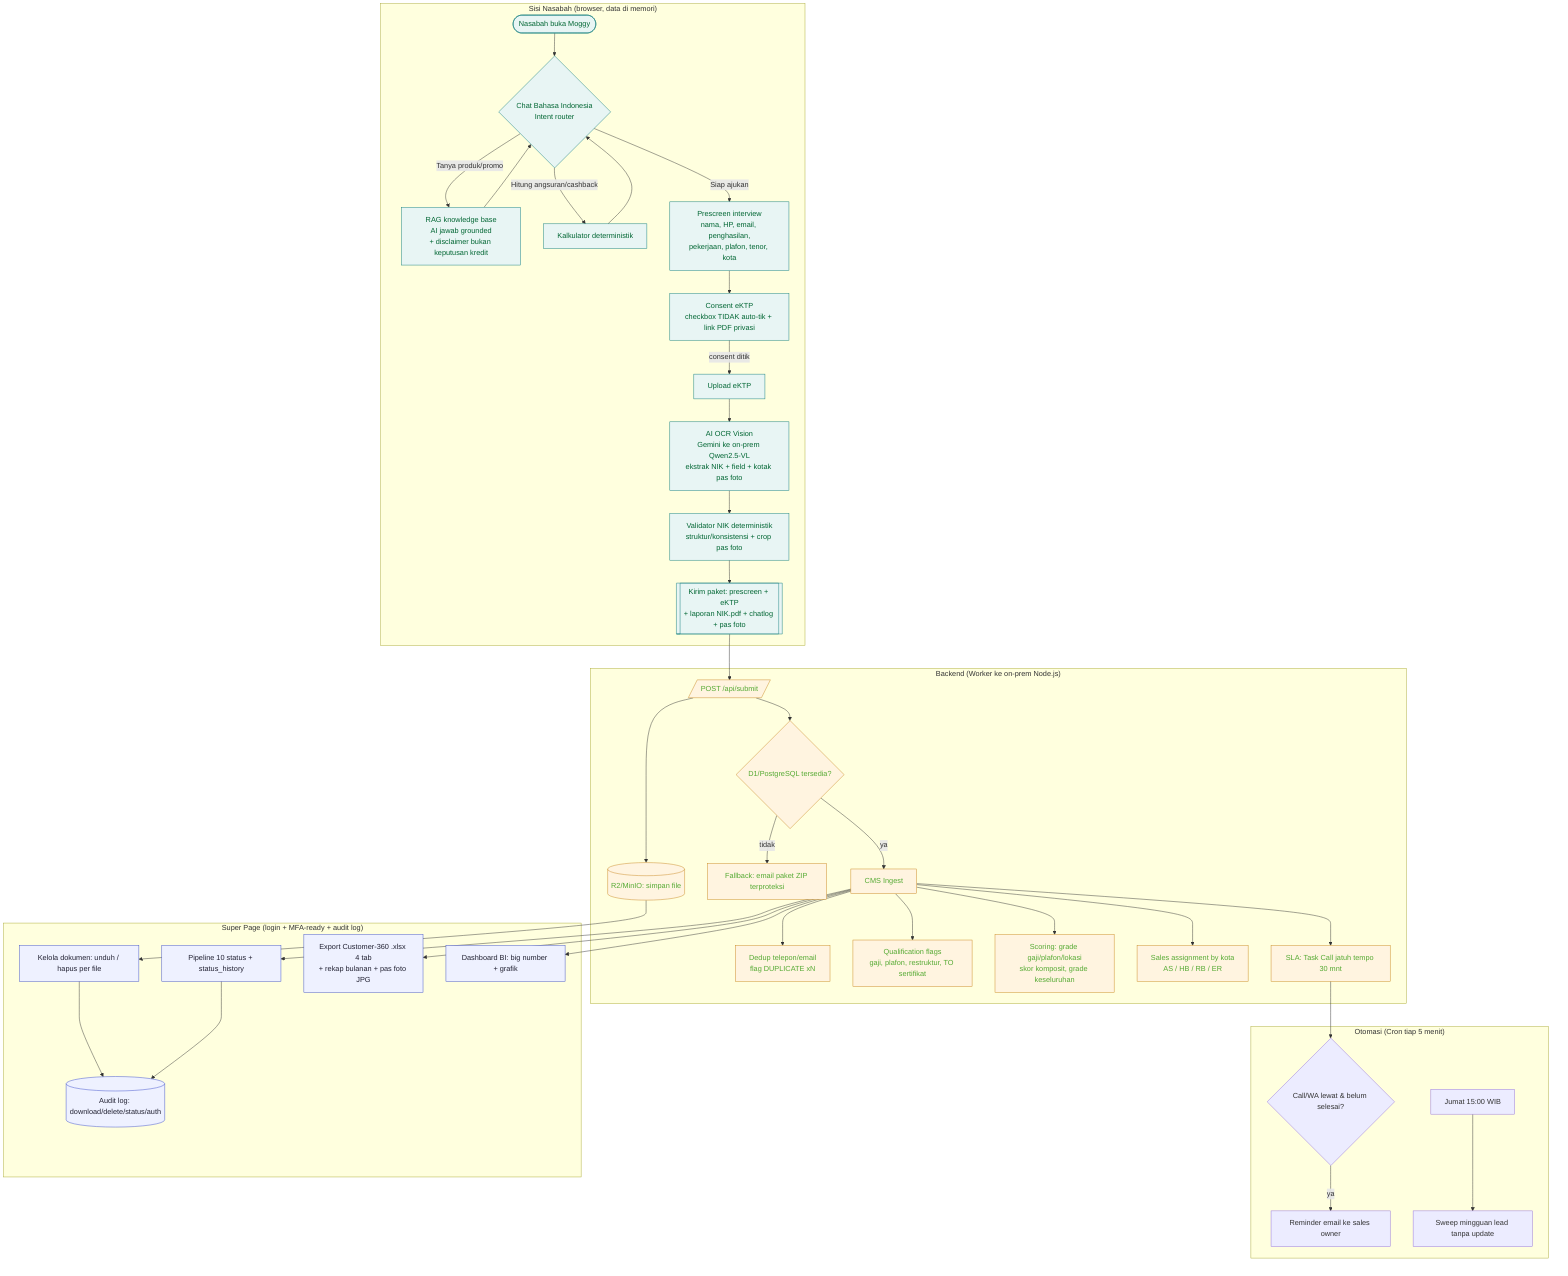
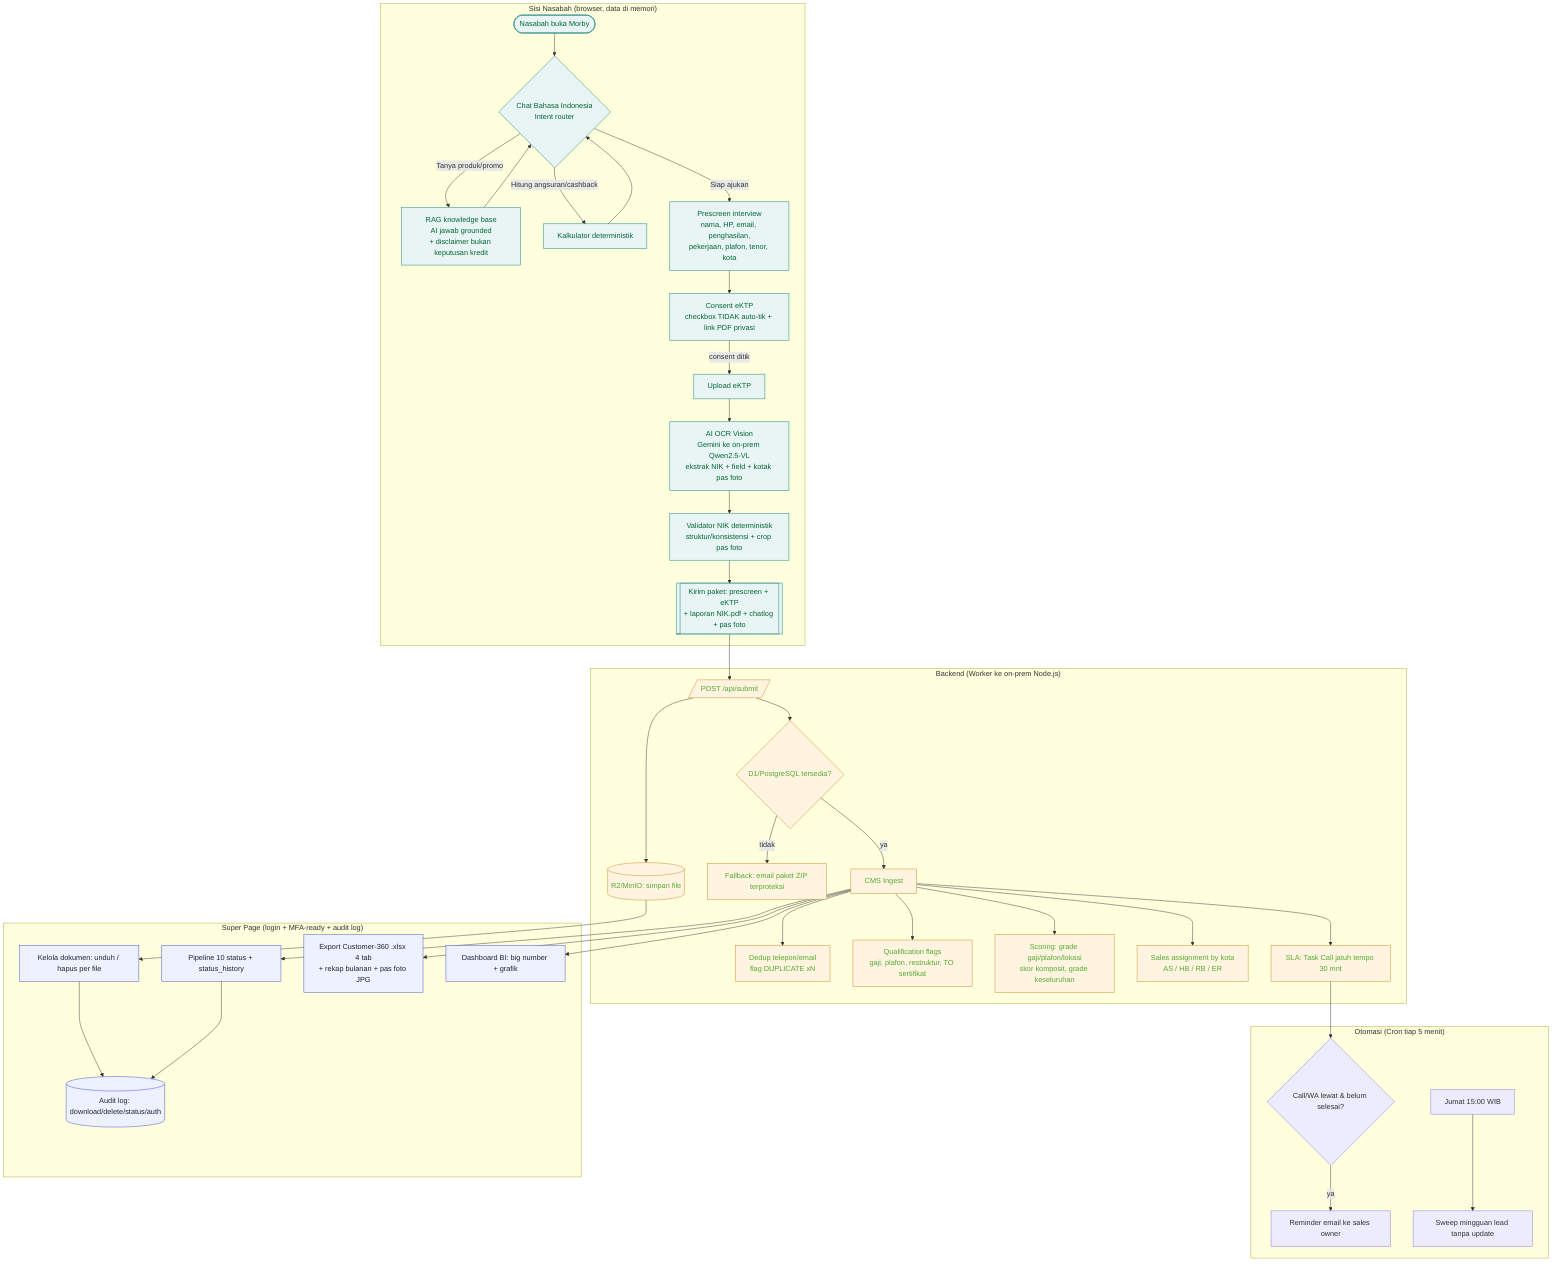
flowchart TD
    subgraph CUST["Sisi Nasabah (browser, data di memori)"]
-         A([Nasabah buka Moggy]) --> B{Chat Bahasa Indonesia<br/>Intent router}
+         A([Nasabah buka Morby]) --> B{Chat Bahasa Indonesia<br/>Intent router}
        B -->|Tanya produk/promo| C[RAG knowledge base<br/>AI jawab grounded<br/>+ disclaimer bukan keputusan kredit]
        B -->|Hitung angsuran/cashback| D[Kalkulator deterministik]
        B -->|Siap ajukan| E[Prescreen interview<br/>nama, HP, email, penghasilan,<br/>pekerjaan, plafon, tenor, kota]
        C --> B
        D --> B
        E --> F[Consent eKTP<br/>checkbox TIDAK auto-tik + link PDF privasi]
        F -->|consent ditik| G[Upload eKTP]
        G --> H[AI OCR Vision<br/>Gemini ke on-prem Qwen2.5-VL<br/>ekstrak NIK + field + kotak pas foto]
        H --> I[Validator NIK deterministik<br/>struktur/konsistensi + crop pas foto]
        I --> J[[Kirim paket: prescreen + eKTP<br/>+ laporan NIK.pdf + chatlog + pas foto]]
    end
    J --> K[/POST /api/submit/]
    subgraph BE["Backend (Worker ke on-prem Node.js)"]
        K --> L[(R2/MinIO: simpan file)]
        K --> M{D1/PostgreSQL tersedia?}
        M -->|tidak| N[Fallback: email paket ZIP terproteksi]
        M -->|ya| O[CMS Ingest]
        O --> P[Dedup telepon/email<br/>flag DUPLICATE xN]
        O --> Q[Qualification flags<br/>gaji, plafon, restruktur, TO sertifikat]
        O --> R[Scoring: grade gaji/plafon/lokasi<br/>skor komposit, grade keseluruhan]
        O --> S[Sales assignment by kota<br/>AS / HB / RB / ER]
        O --> T[SLA: Task Call jatuh tempo 30 mnt]
    end
    subgraph AUTO["Otomasi (Cron tiap 5 menit)"]
        T --> U{Call/WA lewat & belum selesai?}
        U -->|ya| V[Reminder email ke sales owner]
        W[Jumat 15:00 WIB] --> X[Sweep mingguan lead tanpa update]
    end
    subgraph ADMIN["Super Page (login + MFA-ready + audit log)"]
        Y[Pipeline 10 status + status_history]
        Z[Kelola dokumen: unduh / hapus per file]
        AA[Export Customer-360 .xlsx 4 tab<br/>+ rekap bulanan + pas foto JPG]
        AB[Dashboard BI: big number + grafik]
        AC[(Audit log: download/delete/status/auth)]
    end
    O --> Y
    L --> Z
    O --> AA
    O --> AB
    Z --> AC
    Y --> AC
    classDef cust fill:#E8F5F4,stroke:#0E7C7B,color:#063;
    classDef be fill:#FFF4E0,stroke:#C9871F,color:#5a3;
    classDef admin fill:#EEF1FF,stroke:#3b4cca,color:#223;
    class A,B,C,D,E,F,G,H,I,J cust;
    class K,L,M,N,O,P,Q,R,S,T be;
    class Y,Z,AA,AB,AC admin;
